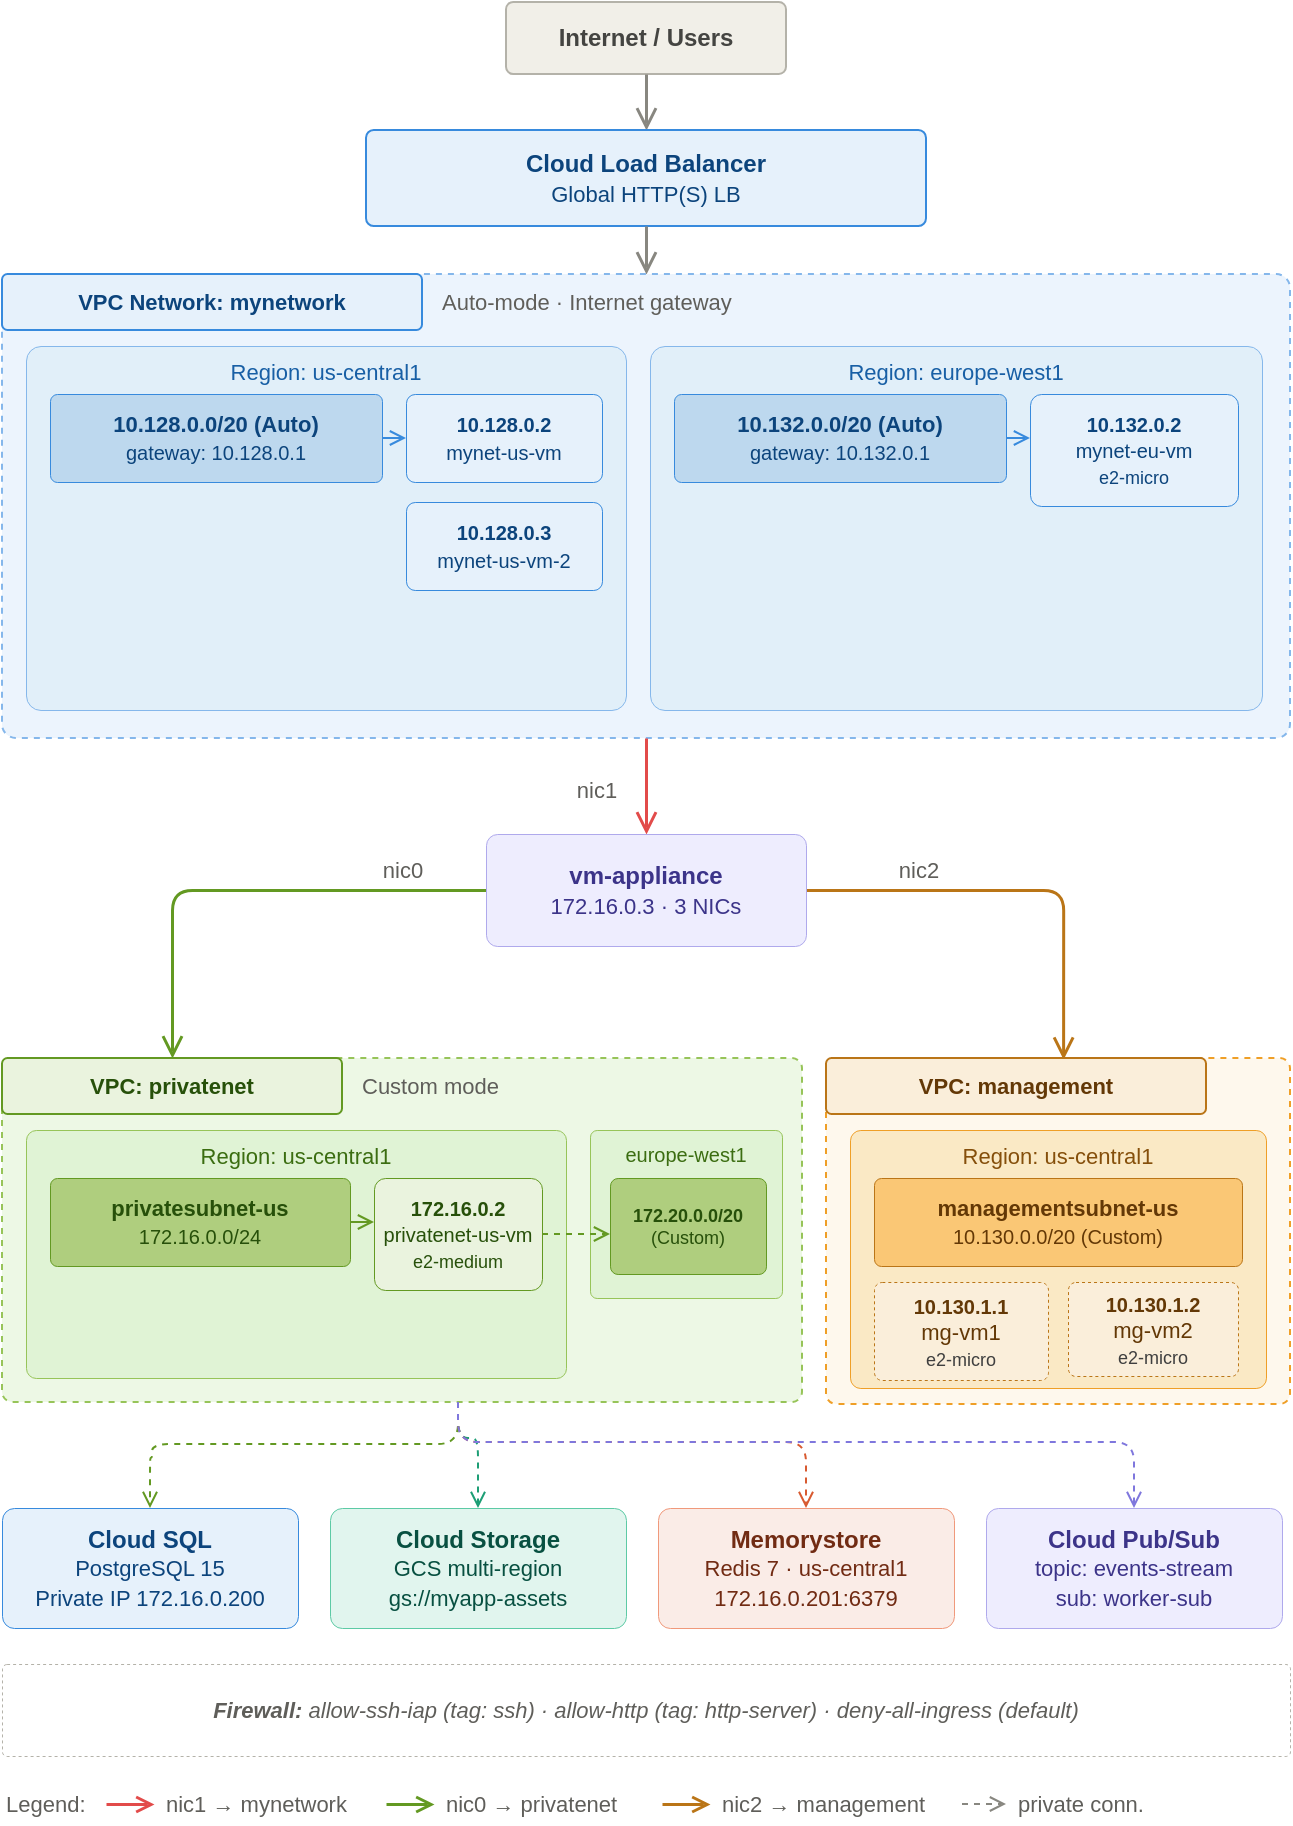
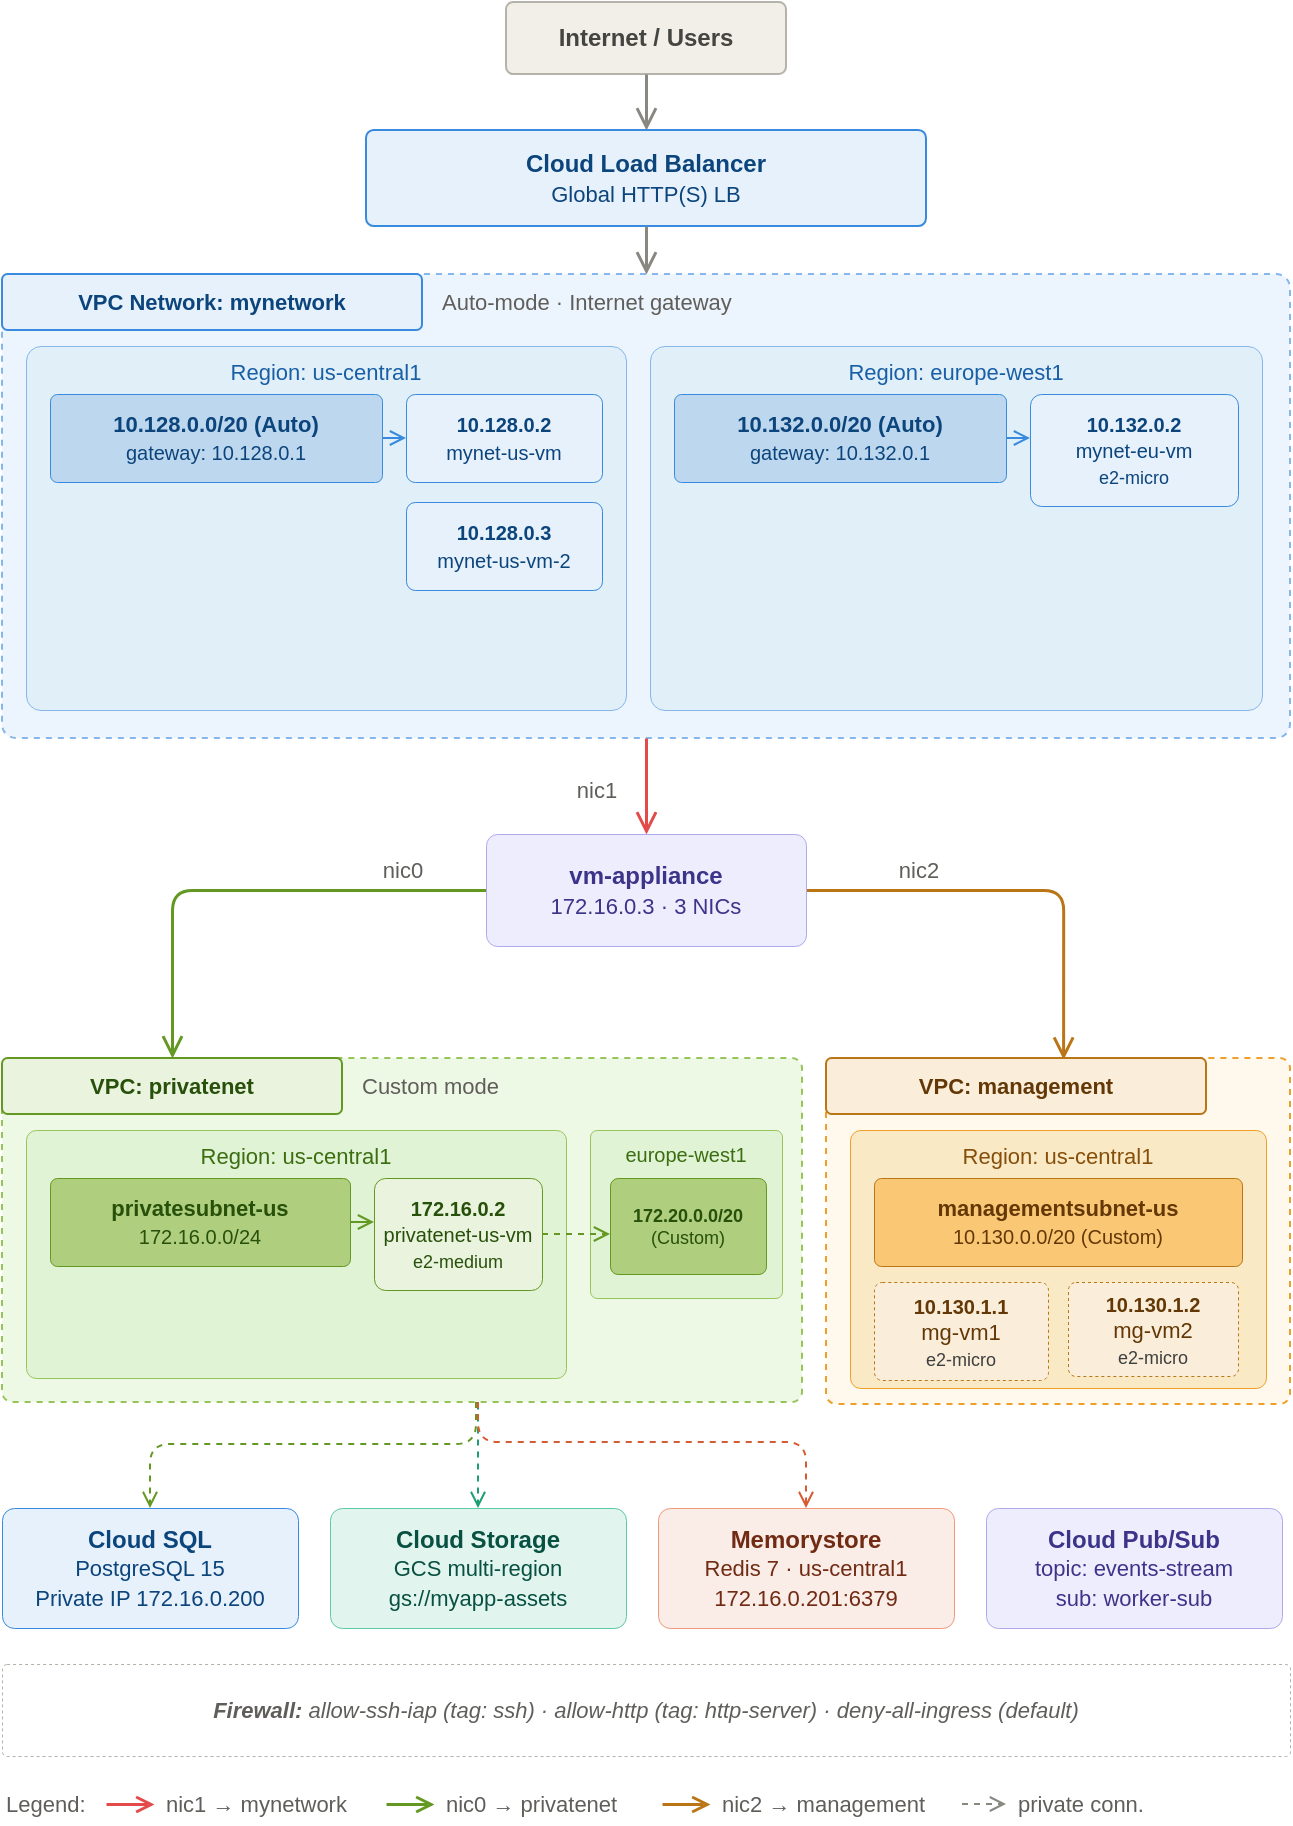
<mxfile host="65bd71144e">
    <diagram id="4FcBFGJygO7QAVHtJMOf" name="Page-1">
-         <mxGraphModel dx="627" dy="554" grid="0" gridSize="10" guides="1" tooltips="1" connect="1" arrows="1" fold="1" page="0" pageScale="1" pageWidth="1200" pageHeight="1100" math="0" shadow="0">
+         <mxGraphModel dx="1583" dy="738" grid="0" gridSize="10" guides="1" tooltips="1" connect="1" arrows="1" fold="1" page="0" pageScale="1" pageWidth="1200" pageHeight="1100" math="0" shadow="0">
            <root>
                <mxCell id="0"/>
                <mxCell id="1" parent="0"/>
                <mxCell id="2" value="&lt;b&gt;Internet / Users&lt;/b&gt;" style="rounded=1;arcSize=10;whiteSpace=wrap;html=1;fillColor=#F1EFE8;strokeColor=#B4B2A9;fontColor=#444441;fontSize=12;" parent="1" vertex="1">
                    <mxGeometry x="270" y="12" width="140" height="36" as="geometry"/>
                </mxCell>
                <mxCell id="3" value="" style="endArrow=open;endSize=8;endFill=0;strokeColor=#888780;strokeWidth=1.5;exitX=0.5;exitY=1;exitDx=0;exitDy=0;entryX=0.5;entryY=0;entryDx=0;entryDy=0;" parent="1" source="2" target="4" edge="1">
                    <mxGeometry relative="1" as="geometry"/>
                </mxCell>
                <mxCell id="4" value="&lt;b&gt;Cloud Load Balancer&lt;/b&gt;&lt;br&gt;&lt;span style=&quot;font-size:11px;&quot;&gt;Global HTTP(S) LB&lt;/span&gt;" style="rounded=1;arcSize=8;whiteSpace=wrap;html=1;fillColor=#E6F1FB;strokeColor=#378ADD;strokeWidth=1;fontColor=#0C447C;fontSize=12;" parent="1" vertex="1">
                    <mxGeometry x="200" y="76" width="280" height="48" as="geometry"/>
                </mxCell>
                <mxCell id="5" value="" style="endArrow=open;endSize=8;endFill=0;strokeColor=#888780;strokeWidth=1.5;" parent="1" edge="1">
                    <mxGeometry relative="1" as="geometry">
                        <mxPoint x="340" y="124" as="sourcePoint"/>
                        <mxPoint x="340" y="148" as="targetPoint"/>
                    </mxGeometry>
                </mxCell>
                <mxCell id="6" value="" style="rounded=1;arcSize=3;whiteSpace=wrap;html=1;fillColor=#ECF4FD;strokeColor=#85B7EB;strokeWidth=1;dashed=1;" parent="1" vertex="1">
                    <mxGeometry x="18" y="148" width="644" height="232" as="geometry"/>
                </mxCell>
                <mxCell id="7" value="&lt;b&gt;VPC Network: mynetwork&lt;/b&gt;" style="rounded=1;arcSize=10;whiteSpace=wrap;html=1;fillColor=#E6F1FB;strokeColor=#378ADD;strokeWidth=1;fontColor=#0C447C;fontSize=11;" parent="1" vertex="1">
                    <mxGeometry x="18" y="148" width="210" height="28" as="geometry"/>
                </mxCell>
                <mxCell id="8" value="Auto-mode · Internet gateway" style="text;html=1;strokeColor=none;fillColor=none;align=left;verticalAlign=middle;whiteSpace=wrap;fontSize=11;fontColor=#5F5E5A;" parent="1" vertex="1">
                    <mxGeometry x="236" y="148" width="220" height="28" as="geometry"/>
                </mxCell>
                <mxCell id="9" value="Region: us-central1" style="rounded=1;arcSize=4;whiteSpace=wrap;html=1;fillColor=#E1EFF9;strokeColor=#85B7EB;strokeWidth=0.5;verticalAlign=top;fontSize=11;fontColor=#185FA5;" parent="1" vertex="1">
                    <mxGeometry x="30" y="184" width="300" height="182" as="geometry"/>
                </mxCell>
                <mxCell id="10" value="&lt;b style=&quot;font-size:11px;&quot;&gt;10.128.0.0/20 (Auto)&lt;/b&gt;&lt;br/&gt;&lt;span style=&quot;font-size:10px;&quot;&gt;gateway: 10.128.0.1&lt;/span&gt;" style="rounded=1;arcSize=8;whiteSpace=wrap;html=1;fillColor=#BDD8EE;strokeColor=#378ADD;strokeWidth=0.5;fontColor=#0C447C;fontSize=11;" parent="1" vertex="1">
                    <mxGeometry x="42" y="208" width="166" height="44" as="geometry"/>
                </mxCell>
                <mxCell id="11" value="" style="endArrow=open;endSize=6;endFill=0;strokeColor=#378ADD;strokeWidth=1;" parent="1" edge="1">
                    <mxGeometry relative="1" as="geometry">
                        <mxPoint x="208" y="230" as="sourcePoint"/>
                        <mxPoint x="220" y="230" as="targetPoint"/>
                    </mxGeometry>
                </mxCell>
                <mxCell id="12" value="&lt;b style=&quot;font-size:10px;&quot;&gt;10.128.0.2&lt;/b&gt;&lt;br/&gt;&lt;span style=&quot;font-size:10px;&quot;&gt;mynet-us-vm&lt;/span&gt;" style="rounded=1;arcSize=10;whiteSpace=wrap;html=1;fillColor=#E6F1FB;strokeColor=#378ADD;strokeWidth=0.5;fontColor=#0C447C;fontSize=11;" parent="1" vertex="1">
                    <mxGeometry x="220" y="208" width="98" height="44" as="geometry"/>
                </mxCell>
                <mxCell id="13" value="&lt;b style=&quot;font-size:10px;&quot;&gt;10.128.0.3&lt;/b&gt;&lt;br/&gt;&lt;span style=&quot;font-size:10px;&quot;&gt;mynet-us-vm-2&lt;/span&gt;" style="rounded=1;arcSize=10;whiteSpace=wrap;html=1;fillColor=#E6F1FB;strokeColor=#378ADD;strokeWidth=0.5;fontColor=#0C447C;fontSize=11;" parent="1" vertex="1">
                    <mxGeometry x="220" y="262" width="98" height="44" as="geometry"/>
                </mxCell>
                <mxCell id="14" value="Region: europe-west1" style="rounded=1;arcSize=4;whiteSpace=wrap;html=1;fillColor=#E1EFF9;strokeColor=#85B7EB;strokeWidth=0.5;verticalAlign=top;fontSize=11;fontColor=#185FA5;" parent="1" vertex="1">
                    <mxGeometry x="342" y="184" width="306" height="182" as="geometry"/>
                </mxCell>
                <mxCell id="15" value="&lt;b style=&quot;font-size:11px;&quot;&gt;10.132.0.0/20 (Auto)&lt;/b&gt;&lt;br/&gt;&lt;span style=&quot;font-size:10px;&quot;&gt;gateway: 10.132.0.1&lt;/span&gt;" style="rounded=1;arcSize=8;whiteSpace=wrap;html=1;fillColor=#BDD8EE;strokeColor=#378ADD;strokeWidth=0.5;fontColor=#0C447C;fontSize=11;" parent="1" vertex="1">
                    <mxGeometry x="354" y="208" width="166" height="44" as="geometry"/>
                </mxCell>
                <mxCell id="16" value="" style="endArrow=open;endSize=6;endFill=0;strokeColor=#378ADD;strokeWidth=1;" parent="1" edge="1">
                    <mxGeometry relative="1" as="geometry">
                        <mxPoint x="520" y="230" as="sourcePoint"/>
                        <mxPoint x="532" y="230" as="targetPoint"/>
                    </mxGeometry>
                </mxCell>
                <mxCell id="17" value="&lt;b style=&quot;font-size:10px;&quot;&gt;10.132.0.2&lt;/b&gt;&lt;br&gt;&lt;span style=&quot;font-size:10px;&quot;&gt;mynet-eu-vm&lt;/span&gt;&lt;br&gt;&lt;span style=&quot;font-size:9px;&quot;&gt;e2-micro&lt;/span&gt;" style="rounded=1;arcSize=10;whiteSpace=wrap;html=1;fillColor=#E6F1FB;strokeColor=#378ADD;strokeWidth=0.5;fontColor=#0C447C;fontSize=11;" parent="1" vertex="1">
                    <mxGeometry x="532" y="208" width="104" height="56" as="geometry"/>
                </mxCell>
                <mxCell id="18" value="nic1" style="text;html=1;strokeColor=none;fillColor=none;align=center;verticalAlign=middle;fontSize=11;fontColor=#5F5E5A;" parent="1" vertex="1">
                    <mxGeometry x="295" y="396" width="40" height="20" as="geometry"/>
                </mxCell>
                <mxCell id="19" value="" style="endArrow=open;endSize=8;endFill=0;strokeColor=#E24B4A;strokeWidth=1.5;exitX=0.5;exitY=1;exitDx=0;exitDy=0;entryX=0.5;entryY=0;entryDx=0;entryDy=0;" parent="1" source="6" target="20" edge="1">
                    <mxGeometry relative="1" as="geometry">
                        <mxPoint x="269" y="380" as="sourcePoint"/>
                        <mxPoint x="269" y="410" as="targetPoint"/>
                    </mxGeometry>
                </mxCell>
                <mxCell id="21" value="nic0" style="text;html=1;strokeColor=none;fillColor=none;align=center;verticalAlign=middle;fontSize=11;fontColor=#5F5E5A;" parent="1" vertex="1">
                    <mxGeometry x="198" y="436" width="40" height="20" as="geometry"/>
                </mxCell>
                <mxCell id="22" value="" style="endArrow=open;endSize=8;endFill=0;strokeColor=#639922;strokeWidth=1.5;exitX=0;exitY=0.5;exitDx=0;exitDy=0;entryX=0.5;entryY=0;entryDx=0;entryDy=0;edgeStyle=orthogonalEdgeStyle;" parent="1" source="20" target="26" edge="1">
                    <mxGeometry relative="1" as="geometry">
                        <mxPoint x="240" y="466" as="sourcePoint"/>
                        <mxPoint x="159" y="550" as="targetPoint"/>
                        <Array as="points">
                            <mxPoint x="103" y="456"/>
                        </Array>
                    </mxGeometry>
                </mxCell>
                <mxCell id="23" value="nic2" style="text;html=1;strokeColor=none;fillColor=none;align=center;verticalAlign=middle;fontSize=11;fontColor=#5F5E5A;" parent="1" vertex="1">
                    <mxGeometry x="456" y="436" width="40" height="20" as="geometry"/>
                </mxCell>
                <mxCell id="24" value="" style="endArrow=open;endSize=8;endFill=0;strokeColor=#BA7517;strokeWidth=1.5;exitX=1;exitY=0.5;exitDx=0;exitDy=0;entryX=0.624;entryY=0.023;entryDx=0;entryDy=0;entryPerimeter=0;edgeStyle=orthogonalEdgeStyle;" parent="1" source="20" target="36" edge="1">
                    <mxGeometry relative="1" as="geometry">
                        <mxPoint x="438" y="434" as="sourcePoint"/>
                        <mxPoint x="548" y="550" as="targetPoint"/>
                        <Array as="points">
                            <mxPoint x="549" y="456"/>
                        </Array>
                    </mxGeometry>
                </mxCell>
                <mxCell id="25" value="" style="rounded=1;arcSize=3;whiteSpace=wrap;html=1;fillColor=#EDF8E5;strokeColor=#97C459;strokeWidth=1;dashed=1;" parent="1" vertex="1">
                    <mxGeometry x="18" y="540" width="400" height="172" as="geometry"/>
                </mxCell>
                <mxCell id="26" value="&lt;b&gt;VPC: privatenet&lt;/b&gt;" style="rounded=1;arcSize=10;whiteSpace=wrap;html=1;fillColor=#EAF3DE;strokeColor=#639922;strokeWidth=1;fontColor=#27500A;fontSize=11;" parent="1" vertex="1">
                    <mxGeometry x="18" y="540" width="170" height="28" as="geometry"/>
                </mxCell>
                <mxCell id="27" value="Custom mode" style="text;html=1;strokeColor=none;fillColor=none;align=left;verticalAlign=middle;whiteSpace=wrap;fontSize=11;fontColor=#5F5E5A;" parent="1" vertex="1">
                    <mxGeometry x="196" y="540" width="120" height="28" as="geometry"/>
                </mxCell>
                <mxCell id="28" value="Region: us-central1" style="rounded=1;arcSize=4;whiteSpace=wrap;html=1;fillColor=#E0F3D5;strokeColor=#97C459;strokeWidth=0.5;verticalAlign=top;fontSize=11;fontColor=#3B6D11;" parent="1" vertex="1">
                    <mxGeometry x="30" y="576" width="270" height="124" as="geometry"/>
                </mxCell>
                <mxCell id="29" value="&lt;b style=&quot;font-size:11px;&quot;&gt;privatesubnet-us&lt;/b&gt;&lt;br/&gt;&lt;span style=&quot;font-size:10px;&quot;&gt;172.16.0.0/24&lt;/span&gt;" style="rounded=1;arcSize=8;whiteSpace=wrap;html=1;fillColor=#AFCE7E;strokeColor=#639922;strokeWidth=0.5;fontColor=#27500A;fontSize=11;" parent="1" vertex="1">
                    <mxGeometry x="42" y="600" width="150" height="44" as="geometry"/>
                </mxCell>
                <mxCell id="30" value="" style="endArrow=open;endSize=6;endFill=0;strokeColor=#639922;strokeWidth=1;" parent="1" edge="1">
                    <mxGeometry relative="1" as="geometry">
                        <mxPoint x="192" y="622" as="sourcePoint"/>
                        <mxPoint x="204" y="622" as="targetPoint"/>
                    </mxGeometry>
                </mxCell>
                <mxCell id="31" value="&lt;b style=&quot;font-size:10px;&quot;&gt;172.16.0.2&lt;/b&gt;&lt;br/&gt;&lt;span style=&quot;font-size:10px;&quot;&gt;privatenet-us-vm&lt;/span&gt;&lt;br/&gt;&lt;span style=&quot;font-size:9px;&quot;&gt;e2-medium&lt;/span&gt;" style="rounded=1;arcSize=10;whiteSpace=wrap;html=1;fillColor=#EAF3DE;strokeColor=#639922;strokeWidth=0.5;fontColor=#27500A;fontSize=11;" parent="1" vertex="1">
                    <mxGeometry x="204" y="600" width="84" height="56" as="geometry"/>
                </mxCell>
                <mxCell id="32" value="europe-west1" style="rounded=1;arcSize=4;whiteSpace=wrap;html=1;fillColor=#E0F3D5;strokeColor=#97C459;strokeWidth=0.5;verticalAlign=top;fontSize=10;fontColor=#3B6D11;" parent="1" vertex="1">
                    <mxGeometry x="312" y="576" width="96" height="84" as="geometry"/>
                </mxCell>
                <mxCell id="33" value="&lt;b style=&quot;font-size:9px;&quot;&gt;172.20.0.0/20&lt;/b&gt;&lt;br/&gt;&lt;span style=&quot;font-size:9px;&quot;&gt;(Custom)&lt;/span&gt;" style="rounded=1;arcSize=8;whiteSpace=wrap;html=1;fillColor=#AFCE7E;strokeColor=#639922;strokeWidth=0.5;fontColor=#27500A;fontSize=9;" parent="1" vertex="1">
                    <mxGeometry x="322" y="600" width="78" height="48" as="geometry"/>
                </mxCell>
                <mxCell id="34" value="" style="endArrow=open;endSize=6;endFill=0;strokeColor=#639922;strokeWidth=1;dashed=1;" parent="1" edge="1">
                    <mxGeometry relative="1" as="geometry">
                        <mxPoint x="288" y="628" as="sourcePoint"/>
                        <mxPoint x="322" y="628" as="targetPoint"/>
                    </mxGeometry>
                </mxCell>
                <mxCell id="35" value="" style="rounded=1;arcSize=3;whiteSpace=wrap;html=1;fillColor=#FEF8ED;strokeColor=#EF9F27;strokeWidth=1;dashed=1;" parent="1" vertex="1">
                    <mxGeometry x="430" y="540" width="232" height="173" as="geometry"/>
                </mxCell>
                <mxCell id="36" value="&lt;b&gt;VPC: management&lt;/b&gt;" style="rounded=1;arcSize=10;whiteSpace=wrap;html=1;fillColor=#FAEEDA;strokeColor=#BA7517;strokeWidth=1;fontColor=#633806;fontSize=11;" parent="1" vertex="1">
                    <mxGeometry x="430" y="540" width="190" height="28" as="geometry"/>
                </mxCell>
                <mxCell id="37" value="Region: us-central1" style="rounded=1;arcSize=4;whiteSpace=wrap;html=1;fillColor=#FAE9C5;strokeColor=#EF9F27;strokeWidth=0.5;verticalAlign=top;fontSize=11;fontColor=#854F0B;" parent="1" vertex="1">
                    <mxGeometry x="442" y="576" width="208" height="129" as="geometry"/>
                </mxCell>
                <mxCell id="38" value="&lt;b style=&quot;font-size:11px;&quot;&gt;managementsubnet-us&lt;/b&gt;&lt;br/&gt;&lt;span style=&quot;font-size:10px;&quot;&gt;10.130.0.0/20 (Custom)&lt;/span&gt;" style="rounded=1;arcSize=8;whiteSpace=wrap;html=1;fillColor=#FAC775;strokeColor=#BA7517;strokeWidth=0.5;fontColor=#633806;fontSize=11;" parent="1" vertex="1">
                    <mxGeometry x="454" y="600" width="184" height="44" as="geometry"/>
                </mxCell>
                <mxCell id="39" value="&lt;div&gt;&lt;span style=&quot;font-size: 10px;&quot;&gt;&lt;b&gt;10.130.1.1&lt;/b&gt;&lt;/span&gt;&lt;/div&gt;mg-vm1&lt;div&gt;&lt;span style=&quot;color: rgb(63, 63, 63); font-size: 9px;&quot;&gt;e2-micro&lt;/span&gt;&lt;/div&gt;" style="rounded=1;arcSize=8;whiteSpace=wrap;html=1;fillColor=#FAEEDA;strokeColor=#BA7517;strokeWidth=0.5;fontColor=#633806;fontSize=11;dashed=1;" parent="1" vertex="1">
                    <mxGeometry x="454" y="652" width="87" height="49" as="geometry"/>
                </mxCell>
                <mxCell id="40" value="&lt;b&gt;Cloud SQL&lt;/b&gt;&lt;br&gt;&lt;span style=&quot;font-size:11px;&quot;&gt;PostgreSQL 15&lt;/span&gt;&lt;br&gt;&lt;span style=&quot;font-size:11px;&quot;&gt;Private IP 172.16.0.200&lt;/span&gt;" style="rounded=1;arcSize=10;whiteSpace=wrap;html=1;fillColor=#E6F1FB;strokeColor=#378ADD;strokeWidth=0.5;fontColor=#0C447C;fontSize=12;" parent="1" vertex="1">
                    <mxGeometry x="18" y="765" width="148" height="60" as="geometry"/>
                </mxCell>
                <mxCell id="41" value="&lt;b&gt;Cloud Storage&lt;/b&gt;&lt;br/&gt;&lt;span style=&quot;font-size:11px;&quot;&gt;GCS multi-region&lt;/span&gt;&lt;br/&gt;&lt;span style=&quot;font-size:11px;&quot;&gt;gs://myapp-assets&lt;/span&gt;" style="rounded=1;arcSize=10;whiteSpace=wrap;html=1;fillColor=#E1F5EE;strokeColor=#5DCAA5;strokeWidth=0.5;fontColor=#085041;fontSize=12;" parent="1" vertex="1">
                    <mxGeometry x="182" y="765" width="148" height="60" as="geometry"/>
                </mxCell>
                <mxCell id="42" value="&lt;b&gt;Memorystore&lt;/b&gt;&lt;br&gt;&lt;span style=&quot;font-size:11px;&quot;&gt;Redis 7 · us-central1&lt;/span&gt;&lt;br&gt;&lt;span style=&quot;font-size:11px;&quot;&gt;172.16.0.201:6379&lt;/span&gt;" style="rounded=1;arcSize=10;whiteSpace=wrap;html=1;fillColor=#FAECE7;strokeColor=#F0997B;strokeWidth=0.5;fontColor=#712B13;fontSize=12;" parent="1" vertex="1">
                    <mxGeometry x="346" y="765" width="148" height="60" as="geometry"/>
                </mxCell>
                <mxCell id="43" value="&lt;b&gt;Cloud Pub/Sub&lt;/b&gt;&lt;br/&gt;&lt;span style=&quot;font-size:11px;&quot;&gt;topic: events-stream&lt;/span&gt;&lt;br/&gt;&lt;span style=&quot;font-size:11px;&quot;&gt;sub: worker-sub&lt;/span&gt;" style="rounded=1;arcSize=10;whiteSpace=wrap;html=1;fillColor=#EEEDFE;strokeColor=#AFA9EC;strokeWidth=0.5;fontColor=#3C3489;fontSize=12;" parent="1" vertex="1">
                    <mxGeometry x="510" y="765" width="148" height="60" as="geometry"/>
                </mxCell>
-                 <mxCell id="44" value="" style="endArrow=open;endSize=6;endFill=0;strokeColor=#639922;strokeWidth=1;dashed=1;edgeStyle=orthogonalEdgeStyle;entryX=0.5;entryY=0;entryDx=0;entryDy=0;" parent="1" edge="1" target="40">
-                     <mxGeometry relative="1" as="geometry">
-                         <mxPoint x="246" y="712" as="sourcePoint"/>
-                         <mxPoint x="92" y="740" as="targetPoint"/>
-                         <Array as="points">
-                             <mxPoint x="246" y="733"/>
-                             <mxPoint x="93" y="733"/>
-                             <mxPoint x="93" y="740"/>
-                             <mxPoint x="92" y="740"/>
-                         </Array>
-                     </mxGeometry>
-                 </mxCell>
-                 <mxCell id="45" value="" style="endArrow=open;endSize=6;endFill=0;strokeColor=#1D9E75;strokeWidth=1;dashed=1;edgeStyle=orthogonalEdgeStyle;entryX=0.5;entryY=0;entryDx=0;entryDy=0;" parent="1" edge="1" target="41">
+                 <mxCell id="44" value="" style="endArrow=open;endSize=6;endFill=0;strokeColor=#639922;strokeWidth=1;dashed=1;edgeStyle=orthogonalEdgeStyle;entryX=0.5;entryY=0;entryDx=0;entryDy=0;" parent="1" target="40" edge="1">
+                     <mxGeometry relative="1" as="geometry">
+                         <mxPoint x="255" y="712" as="sourcePoint"/>
+                         <mxPoint x="101" y="765.0000000000001" as="targetPoint"/>
+                         <Array as="points">
+                             <mxPoint x="255" y="733"/>
+                             <mxPoint x="92" y="733"/>
+                         </Array>
+                     </mxGeometry>
+                 </mxCell>
+                 <mxCell id="45" value="" style="endArrow=open;endSize=6;endFill=0;strokeColor=#1D9E75;strokeWidth=1;dashed=1;edgeStyle=orthogonalEdgeStyle;entryX=0.5;entryY=0;entryDx=0;entryDy=0;exitX=0.595;exitY=1.004;exitDx=0;exitDy=0;exitPerimeter=0;" parent="1" target="41" edge="1" source="25">
                    <mxGeometry relative="1" as="geometry">
                        <mxPoint x="246" y="712" as="sourcePoint"/>
                        <mxPoint x="256" y="740" as="targetPoint"/>
-                         <Array as="points">
-                             <mxPoint x="246" y="730"/>
-                             <mxPoint x="256" y="730"/>
-                         </Array>
-                     </mxGeometry>
-                 </mxCell>
-                 <mxCell id="46" value="" style="endArrow=open;endSize=6;endFill=0;strokeColor=#D85A30;strokeWidth=1;dashed=1;edgeStyle=orthogonalEdgeStyle;entryX=0.5;entryY=0;entryDx=0;entryDy=0;" parent="1" edge="1" target="42">
-                     <mxGeometry relative="1" as="geometry">
-                         <mxPoint x="246" y="712" as="sourcePoint"/>
-                         <mxPoint x="420" y="740" as="targetPoint"/>
-                         <Array as="points">
-                             <mxPoint x="246" y="732"/>
+                         <Array as="points"/>
+                     </mxGeometry>
+                 </mxCell>
+                 <mxCell id="46" value="" style="endArrow=open;endSize=6;endFill=0;strokeColor=#D85A30;strokeWidth=1;dashed=1;edgeStyle=orthogonalEdgeStyle;entryX=0.5;entryY=0;entryDx=0;entryDy=0;" parent="1" target="42" edge="1">
+                     <mxGeometry relative="1" as="geometry">
+                         <mxPoint x="256" y="712" as="sourcePoint"/>
+                         <mxPoint x="430" y="765.0000000000001" as="targetPoint"/>
+                         <Array as="points">
+                             <mxPoint x="256" y="732"/>
                            <mxPoint x="420" y="732"/>
-                         </Array>
-                     </mxGeometry>
-                 </mxCell>
-                 <mxCell id="47" value="" style="endArrow=open;endSize=6;endFill=0;strokeColor=#7F77DD;strokeWidth=1;dashed=1;entryX=0.5;entryY=0;entryDx=0;entryDy=0;edgeStyle=orthogonalEdgeStyle;" parent="1" edge="1" target="43">
-                     <mxGeometry relative="1" as="geometry">
-                         <mxPoint x="246" y="712" as="sourcePoint"/>
-                         <mxPoint x="584" y="740" as="targetPoint"/>
-                         <Array as="points">
-                             <mxPoint x="246" y="732"/>
-                             <mxPoint x="584" y="732"/>
                        </Array>
                    </mxGeometry>
                </mxCell>
                <mxCell id="48" value="&lt;i&gt;&lt;b&gt;Firewall:&lt;/b&gt; allow-ssh-iap (tag: ssh) · allow-http (tag: http-server) · deny-all-ingress (default)&lt;/i&gt;" style="rounded=1;arcSize=5;whiteSpace=wrap;html=1;fillColor=none;strokeColor=#B4B2A9;strokeWidth=0.5;fontColor=#5F5E5A;fontSize=11;dashed=1;verticalAlign=middle;" parent="1" vertex="1">
                    <mxGeometry x="18" y="843" width="644" height="46" as="geometry"/>
                </mxCell>
                <mxCell id="49" value="Legend:" style="text;html=1;strokeColor=none;fillColor=none;align=left;verticalAlign=middle;fontSize=11;fontColor=#5F5E5A;" parent="1" vertex="1">
                    <mxGeometry x="18" y="903" width="50" height="20" as="geometry"/>
                </mxCell>
                <mxCell id="50" value="" style="endArrow=open;endSize=6;endFill=0;strokeColor=#E24B4A;strokeWidth=1.5;" parent="1" edge="1">
                    <mxGeometry relative="1" as="geometry">
                        <mxPoint x="70" y="913" as="sourcePoint"/>
                        <mxPoint x="94" y="913" as="targetPoint"/>
                    </mxGeometry>
                </mxCell>
                <mxCell id="51" value="nic1 → mynetwork" style="text;html=1;strokeColor=none;fillColor=none;align=left;verticalAlign=middle;fontSize=11;fontColor=#5F5E5A;" parent="1" vertex="1">
                    <mxGeometry x="98" y="903" width="110" height="20" as="geometry"/>
                </mxCell>
                <mxCell id="52" value="" style="endArrow=open;endSize=6;endFill=0;strokeColor=#639922;strokeWidth=1.5;" parent="1" edge="1">
                    <mxGeometry relative="1" as="geometry">
                        <mxPoint x="210" y="913" as="sourcePoint"/>
                        <mxPoint x="234" y="913" as="targetPoint"/>
                    </mxGeometry>
                </mxCell>
                <mxCell id="53" value="nic0 → privatenet" style="text;html=1;strokeColor=none;fillColor=none;align=left;verticalAlign=middle;fontSize=11;fontColor=#5F5E5A;" parent="1" vertex="1">
                    <mxGeometry x="238" y="903" width="108" height="20" as="geometry"/>
                </mxCell>
                <mxCell id="54" value="" style="endArrow=open;endSize=6;endFill=0;strokeColor=#BA7517;strokeWidth=1.5;" parent="1" edge="1">
                    <mxGeometry relative="1" as="geometry">
                        <mxPoint x="348" y="913" as="sourcePoint"/>
                        <mxPoint x="372" y="913" as="targetPoint"/>
                    </mxGeometry>
                </mxCell>
                <mxCell id="55" value="nic2 → management" style="text;html=1;strokeColor=none;fillColor=none;align=left;verticalAlign=middle;fontSize=11;fontColor=#5F5E5A;" parent="1" vertex="1">
                    <mxGeometry x="376" y="903" width="118" height="20" as="geometry"/>
                </mxCell>
                <mxCell id="56" value="" style="endArrow=open;endSize=6;endFill=0;strokeColor=#888780;strokeWidth=1;dashed=1;" parent="1" edge="1">
                    <mxGeometry relative="1" as="geometry">
                        <mxPoint x="498" y="913" as="sourcePoint"/>
                        <mxPoint x="520" y="913" as="targetPoint"/>
                    </mxGeometry>
                </mxCell>
                <mxCell id="57" value="private conn." style="text;html=1;strokeColor=none;fillColor=none;align=left;verticalAlign=middle;fontSize=11;fontColor=#5F5E5A;" parent="1" vertex="1">
                    <mxGeometry x="524" y="903" width="90" height="20" as="geometry"/>
                </mxCell>
                <mxCell id="58" value="" style="endArrow=open;endSize=8;endFill=0;strokeColor=#BA7517;strokeWidth=1.5;" parent="1" target="20" edge="1">
                    <mxGeometry relative="1" as="geometry">
                        <mxPoint x="370" y="438" as="sourcePoint"/>
                        <mxPoint x="540" y="558" as="targetPoint"/>
                        <Array as="points"/>
                    </mxGeometry>
                </mxCell>
                <mxCell id="20" value="&lt;b&gt;vm-appliance&lt;/b&gt;&lt;br/&gt;&lt;span style=&quot;font-size:11px;&quot;&gt;172.16.0.3 · 3 NICs&lt;/span&gt;" style="rounded=1;arcSize=10;whiteSpace=wrap;html=1;fillColor=#EEEDFE;strokeColor=#AFA9EC;strokeWidth=0.5;fontColor=#3C3489;fontSize=12;" parent="1" vertex="1">
                    <mxGeometry x="260" y="428" width="160" height="56" as="geometry"/>
                </mxCell>
-                 <mxCell id="59" value="&lt;div&gt;&lt;span style=&quot;font-size: 10px;&quot;&gt;&lt;b&gt;10.130.1.2&lt;/b&gt;&lt;/span&gt;&lt;/div&gt;mg-vm2&lt;div&gt;&lt;span style=&quot;color: rgb(63, 63, 63); font-size: 9px;&quot;&gt;e2-micro&lt;/span&gt;&lt;/div&gt;" style="rounded=1;arcSize=8;whiteSpace=wrap;html=1;fillColor=#FAEEDA;strokeColor=#BA7517;strokeWidth=0.5;fontColor=#633806;fontSize=11;dashed=1;" vertex="1" parent="1">
+                 <mxCell id="59" value="&lt;div&gt;&lt;span style=&quot;font-size: 10px;&quot;&gt;&lt;b&gt;10.130.1.2&lt;/b&gt;&lt;/span&gt;&lt;/div&gt;mg-vm2&lt;div&gt;&lt;span style=&quot;color: rgb(63, 63, 63); font-size: 9px;&quot;&gt;e2-micro&lt;/span&gt;&lt;/div&gt;" style="rounded=1;arcSize=8;whiteSpace=wrap;html=1;fillColor=#FAEEDA;strokeColor=#BA7517;strokeWidth=0.5;fontColor=#633806;fontSize=11;dashed=1;" parent="1" vertex="1">
                    <mxGeometry x="551" y="652" width="85" height="47" as="geometry"/>
                </mxCell>
            </root>
        </mxGraphModel>
    </diagram>
</mxfile>